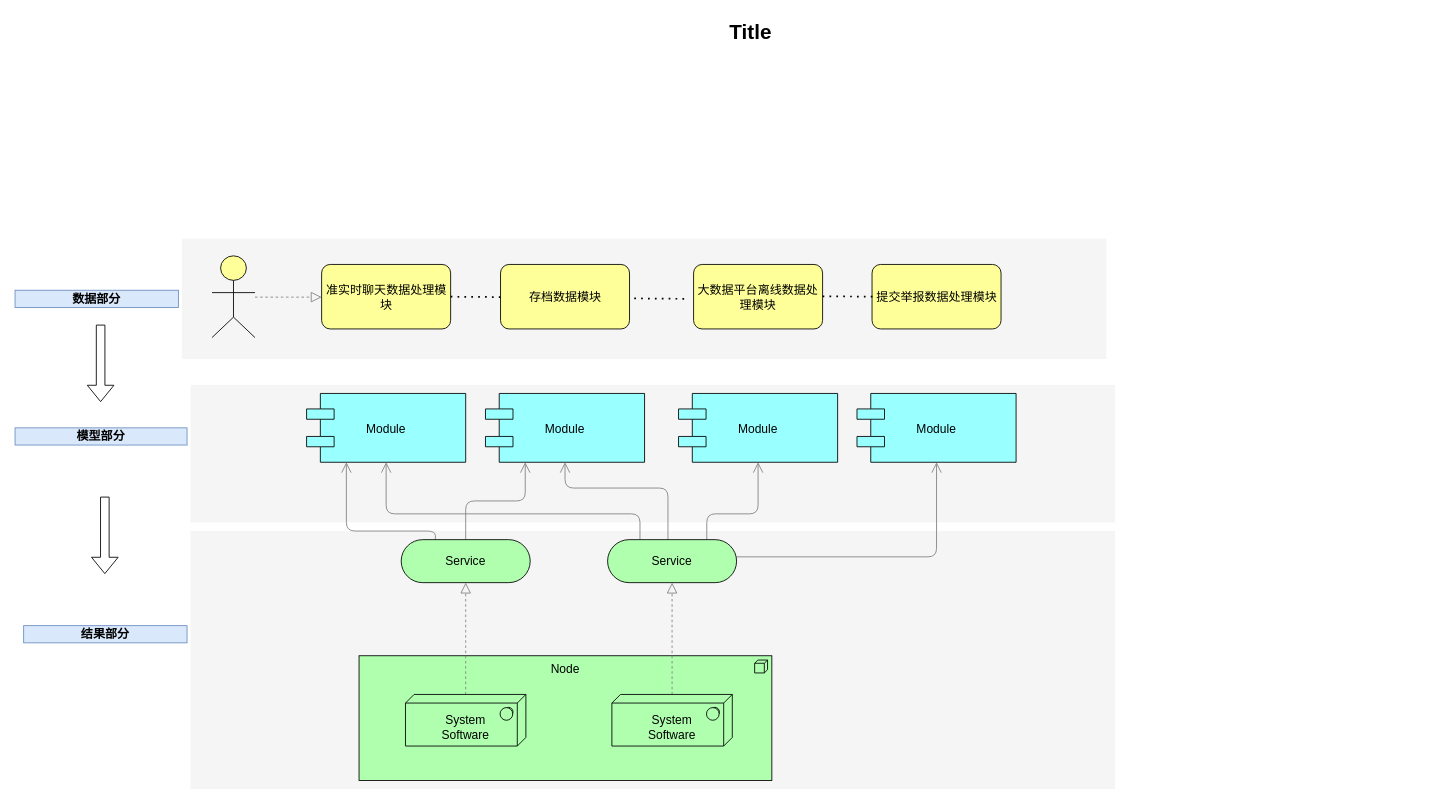
Before: Untitled Diagram.drawio in startarhwa/2019double11, a draw.io diagram. Source tidied: cells renumbered, new cells numbered last; positions are measured from the earlier drawing's top-left corner, leaving out a move shared by most shapes. Both pictures are drawn from the tidied source at 86%, with x=0, y=0 at pixel (15, 15).
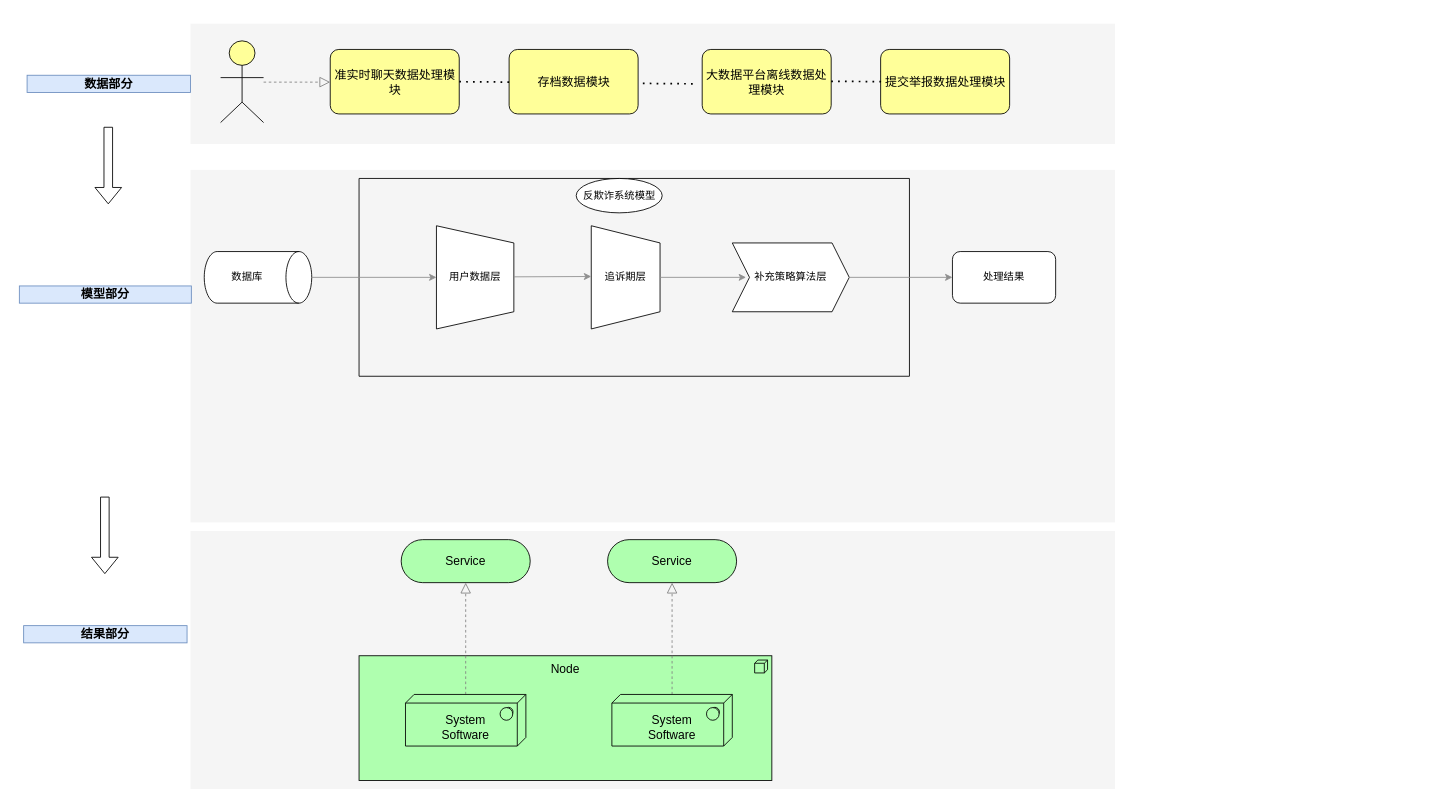
After the change.

Commit message:
lianai anti fraud Update Untitled Diagram.drawio

Unchanged cells that the change refers to:
```xml
<mxCell id="12" value="Service" style="html=1;whiteSpace=wrap;fillColor=#AFFFAF;shape=mxgraph.archimate3.service;fontSize=14;" parent="1" vertex="1">
  <mxGeometry x="449" y="610" width="150" height="50" as="geometry" />
</mxCell>
<mxCell id="17" value="Service" style="html=1;whiteSpace=wrap;fillColor=#AFFFAF;shape=mxgraph.archimate3.service;fontSize=14;" parent="1" vertex="1">
  <mxGeometry x="689" y="610" width="150" height="50" as="geometry" />
</mxCell>
```

The edit, as a diff of the source:
```diff
@@
     <mxCell id="3" style="whiteSpace=wrap;html=1;strokeColor=none;strokeWidth=1;fillColor=#f5f5f5;fontSize=14;" parent="1" vertex="1">
-      <mxGeometry x="204" y="430" width="1075" height="160" as="geometry" />
+      <mxGeometry x="204" y="180" width="1075" height="410" as="geometry" />
     </mxCell>
     <mxCell id="4" style="whiteSpace=wrap;html=1;strokeColor=none;strokeWidth=1;fillColor=#f5f5f5;fontSize=14;" parent="1" vertex="1">
-      <mxGeometry x="194" y="260" width="1075" height="140" as="geometry" />
+      <mxGeometry x="204" y="10" width="1075" height="140" as="geometry" />
     </mxCell>
@@
-    <mxCell id="10" style="edgeStyle=elbowEdgeStyle;rounded=1;elbow=vertical;html=1;startSize=10;endArrow=open;endFill=0;endSize=10;jettySize=auto;strokeColor=#808080;fontSize=14;entryX=0.25;entryY=1;" parent="1" edge="1" source="12" target="19">
-      <mxGeometry relative="1" as="geometry" />
-    </mxCell>
-    <mxCell id="11" style="edgeStyle=elbowEdgeStyle;rounded=1;elbow=vertical;html=1;startSize=10;endArrow=open;endFill=0;endSize=10;jettySize=auto;strokeColor=#808080;fontSize=14;entryX=0.25;entryY=1;exitX=0.265;exitY=0.007;exitPerimeter=0;" parent="1" edge="1" source="12" target="18">
-      <mxGeometry relative="1" as="geometry">
-        <Array as="points">
-          <mxPoint x="432" y="600" />
-        </Array>
-      </mxGeometry>
-    </mxCell>
@@
-    <mxCell id="13" style="edgeStyle=elbowEdgeStyle;rounded=1;elbow=vertical;html=1;startSize=10;endArrow=open;endFill=0;endSize=10;jettySize=auto;strokeColor=#808080;fontSize=14;" parent="1" edge="1" source="17" target="21">
-      <mxGeometry relative="1" as="geometry">
-        <Array as="points">
-          <mxPoint x="919" y="630" />
-        </Array>
-      </mxGeometry>
-    </mxCell>
-    <mxCell id="14" style="edgeStyle=elbowEdgeStyle;rounded=1;elbow=vertical;html=1;startSize=10;endArrow=open;endFill=0;endSize=10;jettySize=auto;strokeColor=#808080;fontSize=14;entryX=0.5;entryY=1;exitX=0.769;exitY=0.025;exitPerimeter=0;" parent="1" edge="1" source="17" target="20">
-      <mxGeometry relative="1" as="geometry">
-        <Array as="points">
-          <mxPoint x="819" y="580" />
-        </Array>
-      </mxGeometry>
-    </mxCell>
-    <mxCell id="15" style="edgeStyle=elbowEdgeStyle;rounded=1;elbow=vertical;html=1;startSize=10;endArrow=open;endFill=0;endSize=10;jettySize=auto;strokeColor=#808080;fontSize=14;entryX=0.5;entryY=1;exitX=0.468;exitY=0.025;exitPerimeter=0;" parent="1" edge="1" source="17" target="19">
-      <mxGeometry relative="1" as="geometry">
-        <Array as="points">
-          <mxPoint x="709" y="550" />
-        </Array>
-      </mxGeometry>
-    </mxCell>
-    <mxCell id="16" style="edgeStyle=elbowEdgeStyle;rounded=1;elbow=vertical;html=1;startSize=10;endArrow=open;endFill=0;endSize=10;jettySize=auto;strokeColor=#808080;fontSize=14;exitX=0.251;exitY=0.002;exitPerimeter=0;" parent="1" edge="1" source="17" target="18">
-      <mxGeometry relative="1" as="geometry">
-        <Array as="points">
-          <mxPoint x="599" y="580" />
-        </Array>
-      </mxGeometry>
-    </mxCell>
@@
-    <mxCell id="18" value="Module" style="shape=component;align=center;fillColor=#99ffff;gradientColor=none;fontSize=14;" parent="1" vertex="1">
-      <mxGeometry x="339" y="440" width="185" height="80" as="geometry" />
-    </mxCell>
-    <mxCell id="19" value="Module" style="shape=component;align=center;fillColor=#99ffff;gradientColor=none;fontSize=14;" parent="1" vertex="1">
-      <mxGeometry x="547" y="440" width="185" height="80" as="geometry" />
-    </mxCell>
-    <mxCell id="20" value="Module" style="shape=component;align=center;fillColor=#99ffff;gradientColor=none;fontSize=14;" parent="1" vertex="1">
-      <mxGeometry x="771.5" y="440" width="185" height="80" as="geometry" />
-    </mxCell>
-    <mxCell id="21" value="Module" style="shape=component;align=center;fillColor=#99ffff;gradientColor=none;fontSize=14;" parent="1" vertex="1">
-      <mxGeometry x="979" y="440" width="185" height="80" as="geometry" />
-    </mxCell>
     <mxCell id="22" value="准实时聊天数据处理模块" style="html=1;whiteSpace=wrap;fillColor=#ffff99;shape=mxgraph.archimate3.application;appType=;archiType=rounded;fontSize=14;" parent="1" vertex="1">
-      <mxGeometry x="356.5" y="290" width="150" height="75" as="geometry" />
+      <mxGeometry x="366.5" y="40" width="150" height="75" as="geometry" />
     </mxCell>
     <mxCell id="23" value="存档数据模块" style="html=1;whiteSpace=wrap;fillColor=#ffff99;shape=mxgraph.archimate3.application;appType=;archiType=rounded;fontSize=14;" parent="1" vertex="1">
-      <mxGeometry x="564.5" y="290" width="150" height="75" as="geometry" />
+      <mxGeometry x="574.5" y="40" width="150" height="75" as="geometry" />
     </mxCell>
     <mxCell id="24" value="大数据平台离线数据处理模块&lt;br&gt;" style="html=1;whiteSpace=wrap;fillColor=#ffff99;shape=mxgraph.archimate3.application;appType=;archiType=rounded;fontSize=14;" parent="1" vertex="1">
-      <mxGeometry x="789" y="290" width="150" height="75" as="geometry" />
+      <mxGeometry x="799" y="40" width="150" height="75" as="geometry" />
     </mxCell>
     <mxCell id="25" value="提交举报数据处理模块" style="html=1;whiteSpace=wrap;fillColor=#ffff99;shape=mxgraph.archimate3.application;appType=;archiType=rounded;fontSize=14;" parent="1" vertex="1">
-      <mxGeometry x="996.5" y="290" width="150" height="75" as="geometry" />
+      <mxGeometry x="1006.5" y="40" width="150" height="75" as="geometry" />
     </mxCell>
@@
     <mxCell id="27" value="模型部分" style="text;html=1;strokeColor=#6c8ebf;fillColor=#dae8fc;align=center;verticalAlign=middle;whiteSpace=wrap;fontSize=14;fontStyle=1;" parent="1" vertex="1">
-      <mxGeometry y="480" width="200" height="20" as="geometry" />
+      <mxGeometry x="5" y="315" width="200" height="20" as="geometry" />
     </mxCell>
     <mxCell id="28" value="数据部分" style="text;html=1;strokeColor=#6c8ebf;fillColor=#dae8fc;align=center;verticalAlign=middle;whiteSpace=wrap;fontSize=14;fontStyle=1;" parent="1" vertex="1">
-      <mxGeometry y="320" width="190" height="20" as="geometry" />
+      <mxGeometry x="14" y="70" width="190" height="20" as="geometry" />
     </mxCell>
@@
     <mxCell id="30" style="html=1;whiteSpace=wrap;fillColor=#ffff99;shape=mxgraph.archimate3.actor;fontSize=14;" parent="1" vertex="1">
-      <mxGeometry x="229" y="280" width="50" height="95" as="geometry" />
+      <mxGeometry x="239" y="30" width="50" height="95" as="geometry" />
     </mxCell>
-    <mxCell id="31" value="Title" style="text;strokeColor=none;fillColor=none;html=1;fontSize=24;fontStyle=1;verticalAlign=middle;align=center;" parent="1" vertex="1">
-      <mxGeometry x="60" width="1590" height="40" as="geometry" />
-    </mxCell>
     <mxCell id="32" style="endArrow=none;dashed=1;html=1;dashPattern=1 3;strokeWidth=2;rounded=0;exitX=1;exitY=0.5;exitDx=0;exitDy=0;exitPerimeter=0;" parent="1" edge="1" source="22">
       <mxGeometry relative="1" as="geometry">
-        <mxPoint x="570" y="328" as="targetPoint" />
+        <mxPoint x="580" y="78" as="targetPoint" />
       </mxGeometry>
     </mxCell>
     <mxCell id="33" style="endArrow=none;dashed=1;html=1;dashPattern=1 3;strokeWidth=2;rounded=0;exitX=1;exitY=0.5;exitDx=0;exitDy=0;exitPerimeter=0;" parent="1" edge="1">
       <mxGeometry relative="1" as="geometry">
-        <mxPoint x="720" y="329.5" as="sourcePoint" />
-        <mxPoint x="783.5" y="330" as="targetPoint" />
+        <mxPoint x="730" y="79.5" as="sourcePoint" />
+        <mxPoint x="793.5" y="80" as="targetPoint" />
       </mxGeometry>
     </mxCell>
     <mxCell id="34" style="endArrow=none;dashed=1;html=1;dashPattern=1 3;strokeWidth=2;rounded=0;exitX=1;exitY=0.5;exitDx=0;exitDy=0;exitPerimeter=0;" parent="1" edge="1">
       <mxGeometry relative="1" as="geometry">
-        <mxPoint x="939" y="327" as="sourcePoint" />
-        <mxPoint x="1002.5" y="327.5" as="targetPoint" />
+        <mxPoint x="949" y="77" as="sourcePoint" />
+        <mxPoint x="1012.5" y="77.5" as="targetPoint" />
       </mxGeometry>
     </mxCell>
     <mxCell id="35" style="shape=flexArrow;endArrow=classic;html=1;rounded=0;" parent="1" edge="1">
       <mxGeometry relative="1" as="geometry">
-        <mxPoint x="99.5" y="360" as="sourcePoint" />
-        <mxPoint x="99.5" y="450" as="targetPoint" />
+        <mxPoint x="108.4" y="130" as="sourcePoint" />
+        <mxPoint x="108.4" y="220" as="targetPoint" />
       </mxGeometry>
     </mxCell>
@@
+    <mxCell id="37" value="数据库" style="shape=cylinder3;whiteSpace=wrap;html=1;boundedLbl=1;backgroundOutline=1;size=15;direction=south;" parent="1" vertex="1">
+      <mxGeometry x="220" y="275" width="125" height="60" as="geometry" />
+    </mxCell>
+    <mxCell id="38" style="swimlane;startSize=0;" parent="1" vertex="1">
+      <mxGeometry x="400" y="190" width="640" height="230" as="geometry" />
+    </mxCell>
+    <mxCell id="39" value="反欺诈系统模型" style="ellipse;whiteSpace=wrap;html=1;align=center;newEdgeStyle={&quot;edgeStyle&quot;:&quot;entityRelationEdgeStyle&quot;,&quot;startArrow&quot;:&quot;none&quot;,&quot;endArrow&quot;:&quot;none&quot;,&quot;segment&quot;:10,&quot;curved&quot;:1};" parent="38" vertex="1">
+      <mxGeometry x="252.5" width="100" height="40" as="geometry" />
+    </mxCell>
+    <mxCell id="40" value="追诉期层" style="shape=trapezoid;perimeter=trapezoidPerimeter;whiteSpace=wrap;html=1;fixedSize=1;direction=south;" parent="38" vertex="1">
+      <mxGeometry x="270" y="55" width="80" height="120" as="geometry" />
+    </mxCell>
+    <mxCell id="41" value="用户数据层" style="shape=trapezoid;perimeter=trapezoidPerimeter;whiteSpace=wrap;html=1;fixedSize=1;direction=south;" parent="38" vertex="1">
+      <mxGeometry x="90" y="55" width="90" height="120" as="geometry" />
+    </mxCell>
+    <mxCell id="42" style="endArrow=classic;html=1;rounded=0;exitX=0.5;exitY=0;exitDx=0;exitDy=0;strokeColor=#8F8F8F;" parent="38" edge="1">
+      <mxGeometry relative="1" as="geometry">
+        <mxPoint x="180" y="114.4" as="sourcePoint" />
+        <mxPoint x="270" y="114" as="targetPoint" />
+      </mxGeometry>
+    </mxCell>
+    <mxCell id="43" value="处理结果" style="rounded=1;whiteSpace=wrap;html=1;" parent="1" vertex="1">
+      <mxGeometry x="1090" y="275" width="120" height="60" as="geometry" />
+    </mxCell>
+    <mxCell id="44" value="补充策略算法层" style="shape=step;perimeter=stepPerimeter;whiteSpace=wrap;html=1;fixedSize=1;" parent="1" vertex="1">
+      <mxGeometry x="834" y="265" width="136" height="80" as="geometry" />
+    </mxCell>
+    <mxCell id="45" style="endArrow=classic;html=1;rounded=0;exitX=0.5;exitY=0;exitDx=0;exitDy=0;exitPerimeter=0;strokeColor=#8F8F8F;" parent="1" edge="1" source="37" target="41">
+      <mxGeometry relative="1" as="geometry" />
+    </mxCell>
+    <mxCell id="46" style="endArrow=classic;html=1;rounded=0;exitX=0.5;exitY=0;exitDx=0;exitDy=0;strokeColor=#8F8F8F;" parent="1" edge="1" source="40">
+      <mxGeometry relative="1" as="geometry">
+        <mxPoint x="850" y="305" as="targetPoint" />
+      </mxGeometry>
+    </mxCell>
+    <mxCell id="47" style="endArrow=classic;html=1;rounded=0;exitX=1;exitY=0.5;exitDx=0;exitDy=0;strokeColor=#8F8F8F;entryX=0;entryY=0.5;entryDx=0;entryDy=0;" parent="1" edge="1" source="44" target="43">
+      <mxGeometry relative="1" as="geometry" />
+    </mxCell>
```
